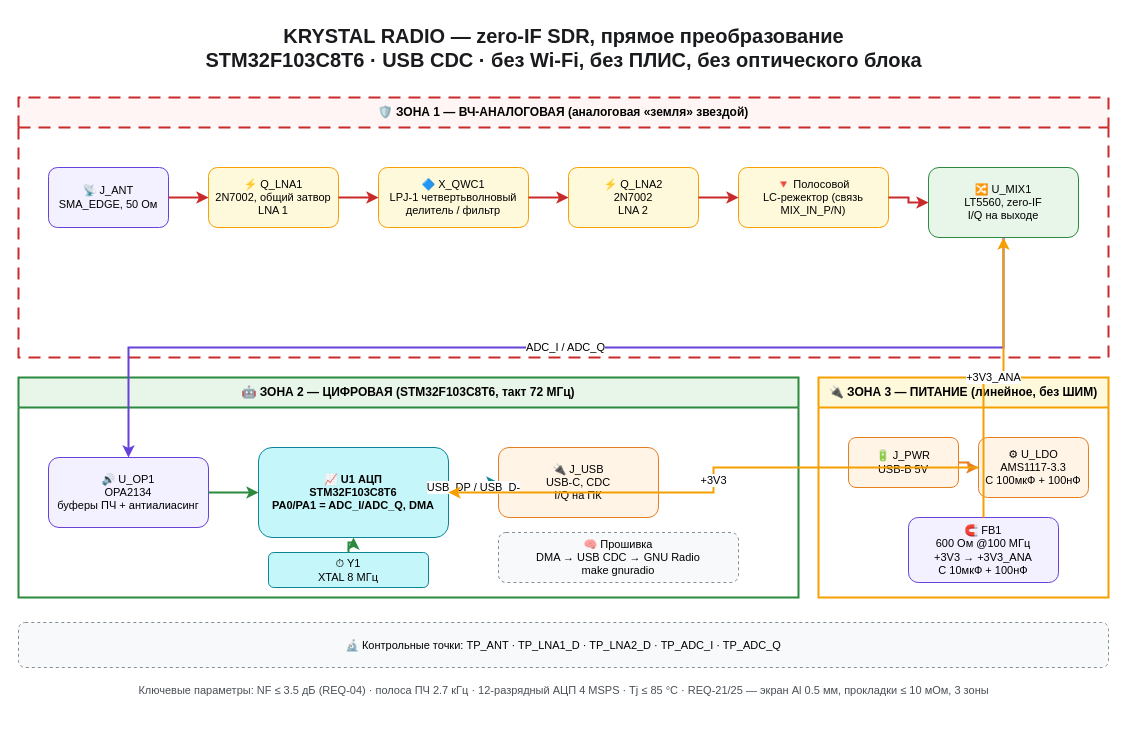
This is references/structural_block.drawio from maximmalin/simul, a draw.io file, before an edit. Source tidied: cells renumbered, new cells numbered last; positions are measured from the earlier drawing's top-left corner, leaving out a move shared by most shapes. Both pictures are drawn from the tidied source at 100%, with x=0, y=0 at pixel (18, 17).
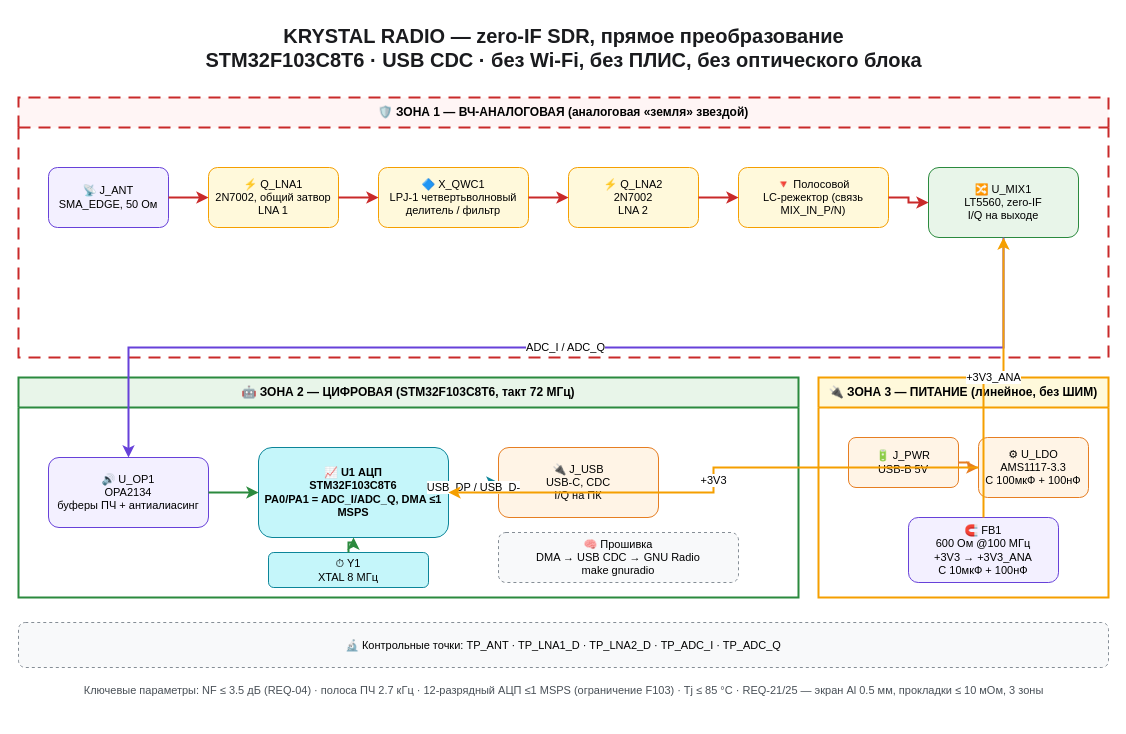
The same page after the edit.

Change to the diagram source:
```diff
@@
-    <mxCell id="12" value="📈 U1 АЦП&#10;STM32F103C8T6&#10;PA0/PA1 = ADC_I/ADC_Q, DMA" style="rounded=1;whiteSpace=wrap;html=1;fillColor=#c5f6fa;strokeColor=#0c8599;fontSize=11;fontStyle=1;" parent="1" vertex="1">
+    <mxCell id="12" value="📈 U1 АЦП&#10;STM32F103C8T6&#10;PA0/PA1 = ADC_I/ADC_Q, DMA ≤1 MSPS" style="rounded=1;whiteSpace=wrap;html=1;fillColor=#c5f6fa;strokeColor=#0c8599;fontSize=11;fontStyle=1;" parent="1" vertex="1">
       <mxGeometry x="240" y="430" width="190" height="90" as="geometry" />
     </mxCell>
@@
-    <mxCell id="33" value="Ключевые параметры: NF ≤ 3.5 дБ (REQ-04) · полоса ПЧ 2.7 кГц · 12-разрядный АЦП 4 MSPS · Tj ≤ 85 °C · REQ-21/25 — экран Al 0.5 мм, прокладки ≤ 10 мОм, 3 зоны" style="text;html=1;align=center;fontSize=11;fontColor=#495057;" parent="1" vertex="1">
+    <mxCell id="33" value="Ключевые параметры: NF ≤ 3.5 дБ (REQ-04) · полоса ПЧ 2.7 кГц · 12-разрядный АЦП ≤1 MSPS (ограничение F103) · Tj ≤ 85 °C · REQ-21/25 — экран Al 0.5 мм, прокладки ≤ 10 мОм, 3 зоны" style="text;html=1;align=center;fontSize=11;fontColor=#495057;" parent="1" vertex="1">
       <mxGeometry y="660" width="1090" height="40" as="geometry" />
     </mxCell>
```
